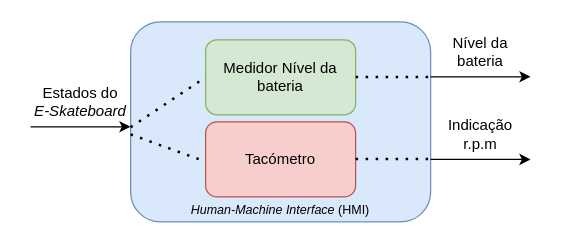
Before: 2_HMI/diagrama_blocos.drawio in D3boker1/E-Skateboard, a draw.io diagram. Source tidied: cells renumbered, new cells numbered last; positions are measured from the earlier drawing's top-left corner, leaving out a move shared by most shapes. Both pictures are drawn from the tidied source at 125%, with x=0, y=0 at pixel (30, 21).
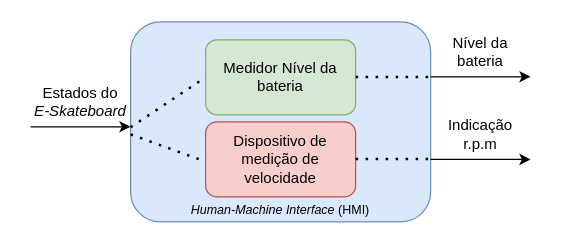
After the change.

Diff of the diagram source:
```diff
@@
-    <mxCell id="11" value="Tacómetro" style="rounded=1;whiteSpace=wrap;html=1;fillColor=#f8cecc;strokeColor=#b85450;" parent="1" vertex="1">
+    <mxCell id="11" value="Dispositivo de medição de velocidade" style="rounded=1;whiteSpace=wrap;html=1;fillColor=#f8cecc;strokeColor=#b85450;" parent="1" vertex="1">
       <mxGeometry x="140" y="80" width="120" height="60" as="geometry" />
     </mxCell>
```
